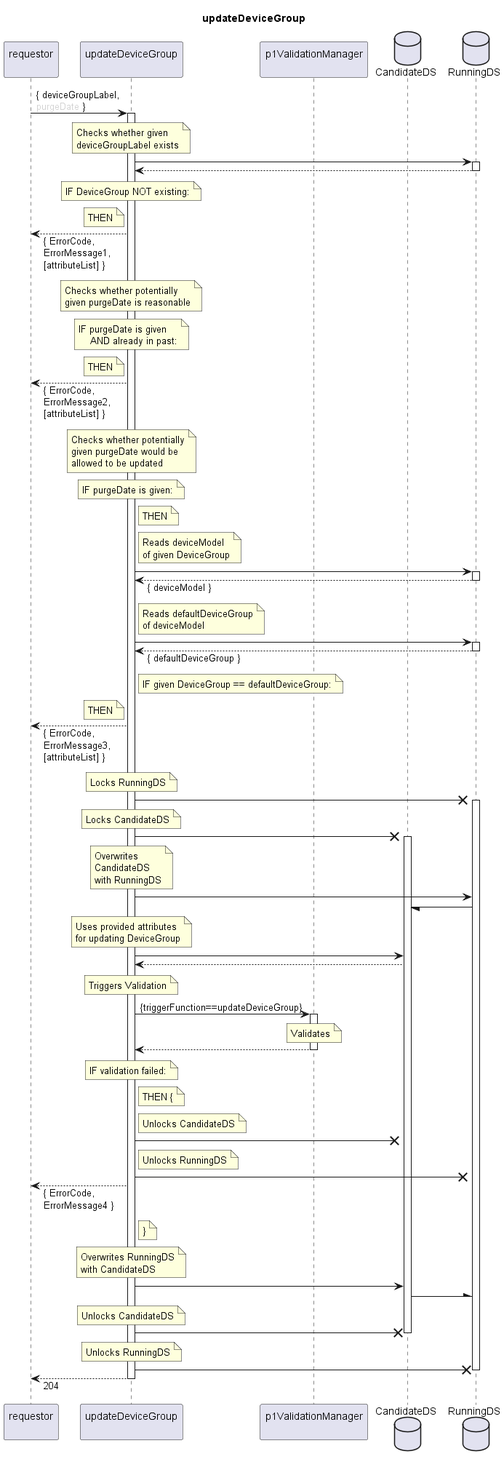
Earlier version of the PlantUML export spec/Services/updateDeviceGroup/1.0.0/updateDeviceGroup.png (openBackhaul/FirmWareManager). Its diagram source:
```plantuml
@startuml updateDeviceGroup
skinparam responseMessageBelowArrow true

title
  updateDeviceGroup
end title

participant "requestor\n" as requestor
participant "updateDeviceGroup\n" as indServ
participant "p1ValidationManager\n" as valiMan
database "CandidateDS" as CanDS
database "RunningDS" as RunDS

requestor -> indServ: { deviceGroupLabel,\n<color:LightGray>purgeDate</color> }
activate indServ

  note over indServ
    Checks whether given
    deviceGroupLabel exists
  end note
  indServ -> RunDS
  activate RunDS
  indServ <-- RunDS
  deactivate RunDS
  note over indServ
    IF DeviceGroup NOT existing:
  end note
  note left indServ
    THEN
  end note
  requestor <-- indServ: { ErrorCode,\nErrorMessage1,\n[attributeList] }

  note over indServ
    Checks whether potentially
    given purgeDate is reasonable
  end note
  note over indServ
    IF purgeDate is given
        AND already in past:
  end note
  note left indServ
    THEN
  end note
  requestor <-- indServ: { ErrorCode,\nErrorMessage2,\n[attributeList] }

  note over indServ
    Checks whether potentially
    given purgeDate would be
    allowed to be updated
  end note
  note over indServ
    IF purgeDate is given:
  end note
  note right indServ
    THEN
  end note
  note right indServ
    Reads deviceModel
    of given DeviceGroup
  end note
  indServ -> RunDS
  activate RunDS
  indServ <-- RunDS: { deviceModel }
  deactivate RunDS
  note right indServ
    Reads defaultDeviceGroup
    of deviceModel
  end note
  indServ -> RunDS
  activate RunDS
  indServ <-- RunDS: { defaultDeviceGroup }
  deactivate RunDS
  note right indServ
    IF given DeviceGroup == defaultDeviceGroup:
  end note
  note left indServ
    THEN
  end note
  requestor <-- indServ: { ErrorCode,\nErrorMessage3,\n[attributeList] }

  note over indServ
    Locks RunningDS
  end note
  indServ -X RunDS
  activate RunDS
  note over indServ
    Locks CandidateDS
  end note
  indServ -X CanDS
  activate CanDS
  note over indServ
    Overwrites
    CandidateDS
    with RunningDS
  end note
  indServ -> RunDS
  RunDS -/ CanDS

  note over indServ
    Uses provided attributes
    for updating DeviceGroup
  end note
  indServ -> CanDS
  indServ <-- CanDS

  note over indServ
    Triggers Validation
  end note
  indServ -> valiMan: {triggerFunction==updateDeviceGroup}
  activate valiMan
    note over valiMan
      Validates
    end note
  indServ <-- valiMan
  deactivate valiMan
  note over indServ
    IF validation failed:
  end note
  note right indServ
    THEN {
  end note
  note right indServ
    Unlocks CandidateDS
  end note
  indServ -X CanDS
  note right indServ
    Unlocks RunningDS
  end note
  indServ -X RunDS
  requestor <-- indServ: { ErrorCode,\nErrorMessage4 }
  note right indServ
    }
  end note

  note over indServ
    Overwrites RunningDS
    with CandidateDS
  end note
  indServ -> CanDS
  CanDS -\ RunDS
  note over indServ
    Unlocks CandidateDS
  end note
  indServ -X CanDS
  deactivate CanDS
  note over indServ
    Unlocks RunningDS
  end note
  indServ -X RunDS
  deactivate RunDS

requestor <-- indServ: 204
deactivate indServ

@enduml
```
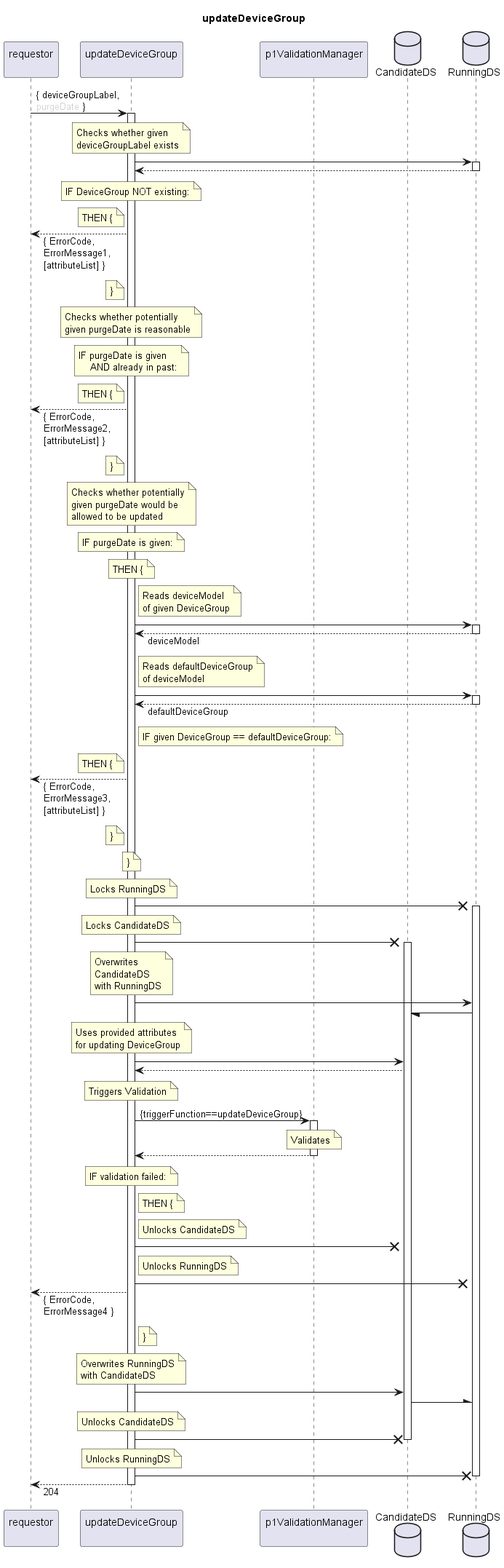
After the commit.

What changed in the source:
```diff
@@ -26,9 +26,12 @@
     IF DeviceGroup NOT existing:
   end note
   note left indServ
-    THEN
+    THEN {
   end note
   requestor <-- indServ: { ErrorCode,\nErrorMessage1,\n[attributeList] }
+  note left indServ
+    }
+  end note
 
   note over indServ
     Checks whether potentially
@@ -39,9 +42,12 @@
         AND already in past:
   end note
   note left indServ
-    THEN
+    THEN {
   end note
   requestor <-- indServ: { ErrorCode,\nErrorMessage2,\n[attributeList] }
+  note left indServ
+    }
+  end note
 
   note over indServ
     Checks whether potentially
@@ -51,8 +57,8 @@
   note over indServ
     IF purgeDate is given:
   end note
-  note right indServ
-    THEN
+  note over indServ
+    THEN {
   end note
   note right indServ
     Reads deviceModel
@@ -60,7 +66,7 @@
   end note
   indServ -> RunDS
   activate RunDS
-  indServ <-- RunDS: { deviceModel }
+  indServ <-- RunDS: deviceModel
   deactivate RunDS
   note right indServ
     Reads defaultDeviceGroup
@@ -68,15 +74,21 @@
   end note
   indServ -> RunDS
   activate RunDS
-  indServ <-- RunDS: { defaultDeviceGroup }
+  indServ <-- RunDS: defaultDeviceGroup
   deactivate RunDS
   note right indServ
     IF given DeviceGroup == defaultDeviceGroup:
   end note
   note left indServ
-    THEN
+    THEN {
   end note
   requestor <-- indServ: { ErrorCode,\nErrorMessage3,\n[attributeList] }
+  note left indServ
+    }
+  end note
+  note over indServ
+    }
+  end note
 
   note over indServ
     Locks RunningDS
```
